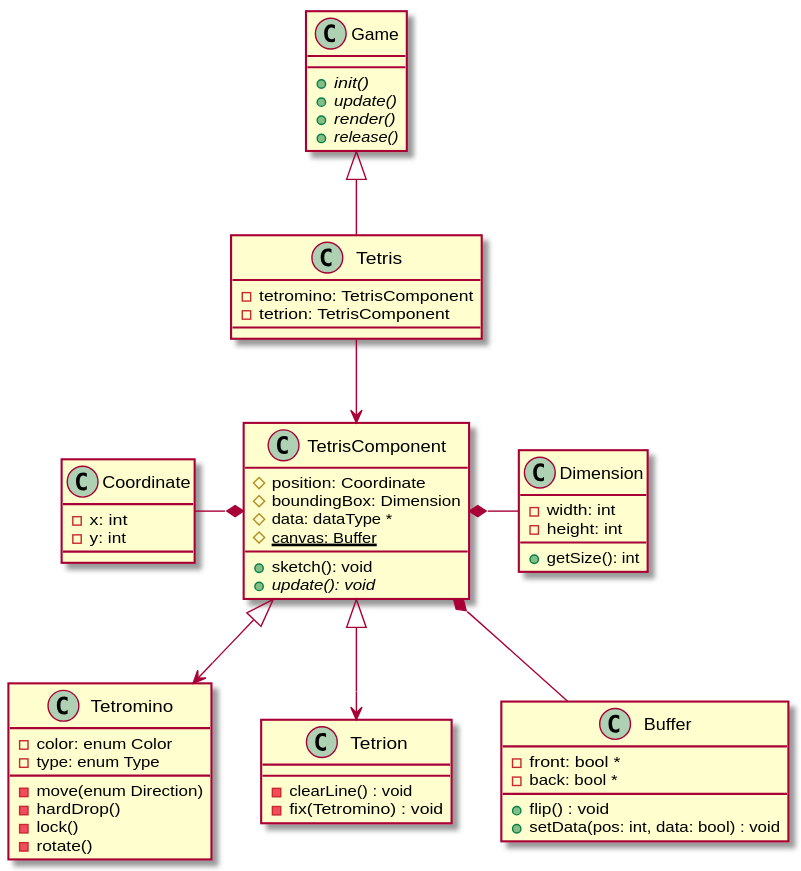
Before: tetris.svg, a diagram exported from PlantUML (Manicarus/Tetris). Its source is kept beside it as tetris.pu.
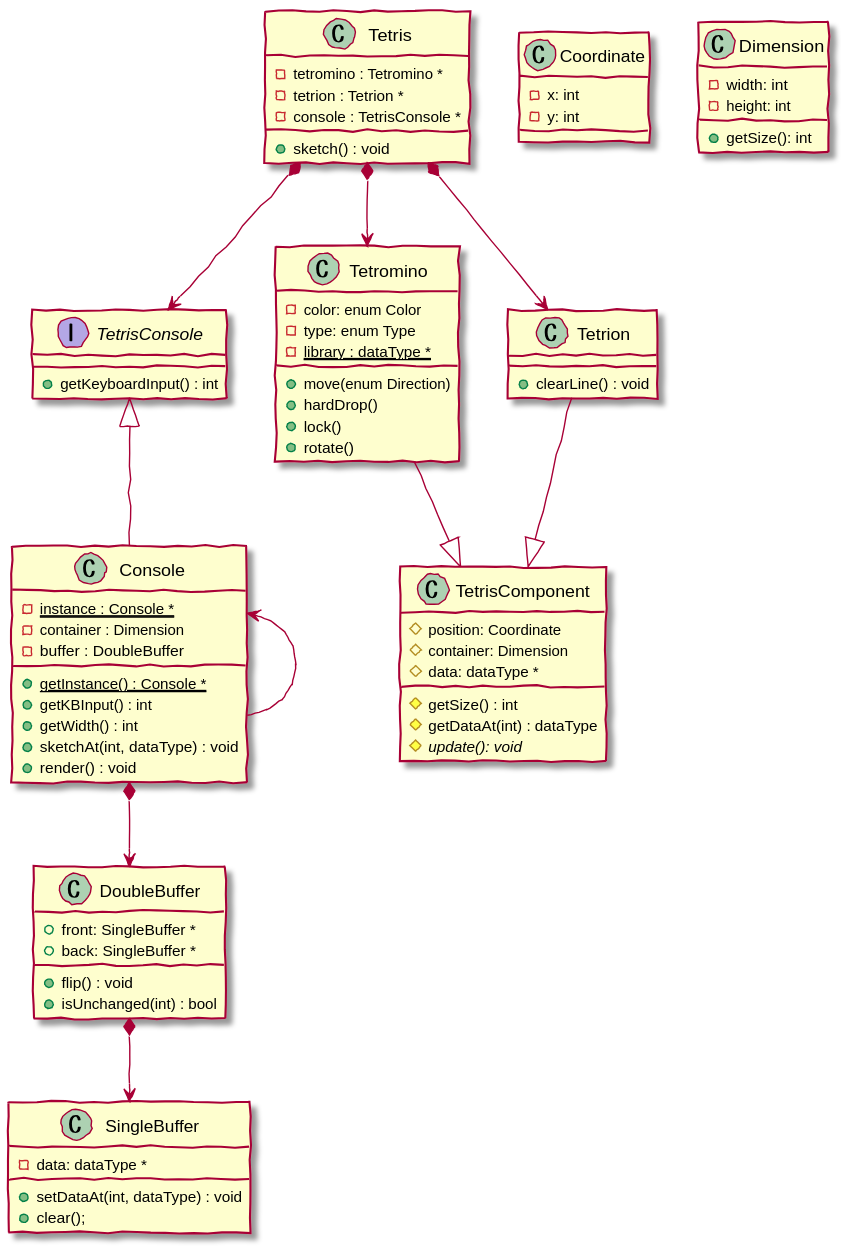
Later version of the same file.

Diff of the diagram source:
```diff
@@ -1,27 +1,22 @@
 @startuml
+
+skinparam handwritten true
 
 
 
+Tetris *--> TetrisConsole
+Tetris *--> Tetromino
+Tetris *--> Tetrion
 
-Game <|-- Tetris
+Tetromino --|> TetrisComponent
+Tetrion --|> TetrisComponent
 
-Tetris --> TetrisComponent
-
-TetrisComponent <|--> Tetromino
-TetrisComponent <|--> Tetrion
-
-TetrisComponent *-- Buffer
-Coordinate -* TetrisComponent
-TetrisComponent *- Dimension
+TetrisConsole <|-- Console
+Console <-- Console
+Console *--> DoubleBuffer
+DoubleBuffer *--> SingleBuffer
 
 
-
-class Game {
-    + {abstract} init()
-    + {abstract} update()
-    + {abstract} render()
-    + {abstract} release()
-}
 
 class Coordinate {
     - x: int
@@ -35,41 +30,67 @@
 }
 
 class Tetris {
-    - tetromino: TetrisComponent
-    - tetrion: TetrisComponent
+    - tetromino : Tetromino *
+    - tetrion : Tetrion *
+    - console : TetrisConsole *
+    + sketch() : void
+
 }
 
 class TetrisComponent {
     # position: Coordinate
-    # boundingBox: Dimension
+    # container: Dimension
     # data: dataType *
-    # {static} canvas: Buffer
 
-    + sketch(): void
-    + {abstract} update(): void
+    # getSize() : int
+    # getDataAt(int) : dataType
+    # {abstract} update(): void
 }
 
 class Tetromino {
     - color: enum Color
     - type: enum Type
+    - {static} library : dataType *
 
-    - move(enum Direction)
-    - hardDrop()
-    - lock()
-    - rotate()
+    + move(enum Direction)
+    + hardDrop()
+    + lock()
+    + rotate()
 }
 
 class Tetrion {
-    - clearLine() : void
-    - fix(Tetromino) : void
+    + clearLine() : void
 }
 
-class Buffer {
-    - front: bool *
-    - back: bool *
+class DoubleBuffer {
+    + front: SingleBuffer *
+    + back: SingleBuffer *
 
     + flip() : void
-    + setData(pos: int, data: bool) : void
+    + isUnchanged(int) : bool
+}
+
+class SingleBuffer {
+    - data: dataType *
+
+    + setDataAt(int, dataType) : void
+    + clear();
+}
+
+interface TetrisConsole {
+    + getKeyboardInput() : int
+}
+
+class Console {
+    - {static} instance : Console *
+    - container : Dimension
+    - buffer : DoubleBuffer
+
+    + {static} getInstance() : Console *
+    + getKBInput() : int
+    + getWidth() : int
+    + sketchAt(int, dataType) : void
+    + render() : void
 }
 
 @enduml
```
